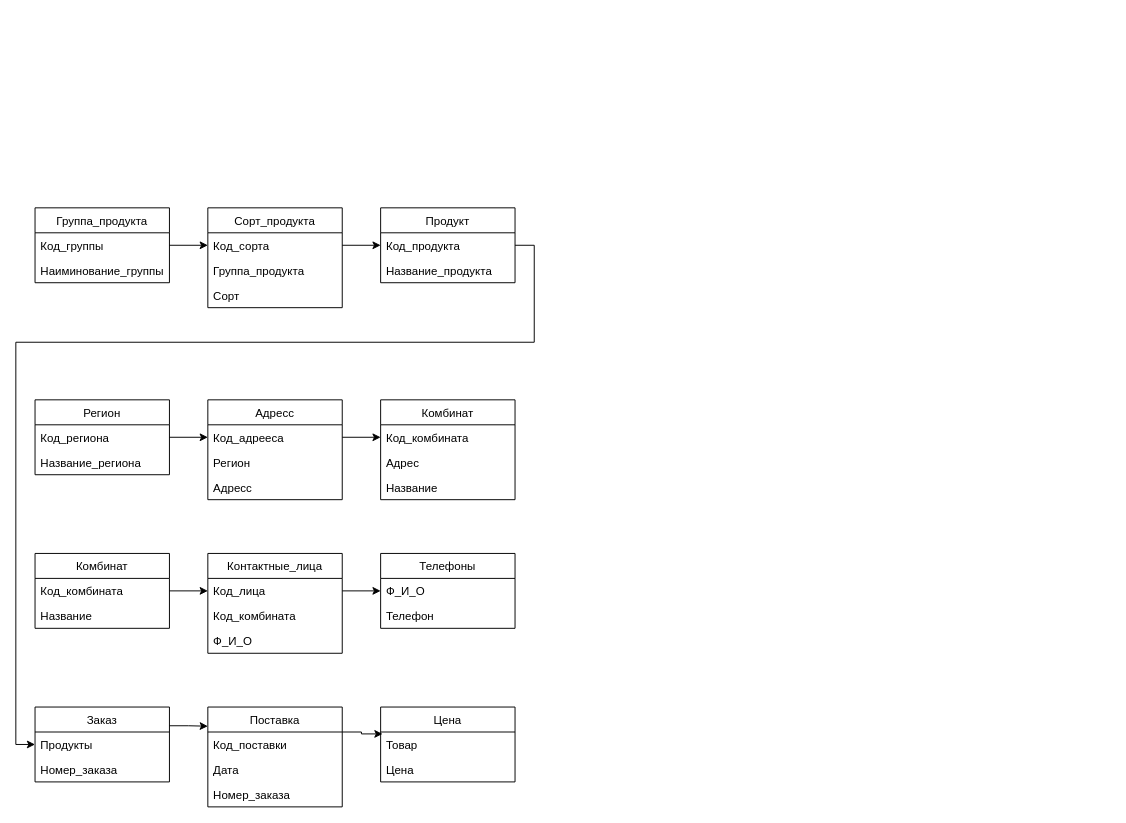
Above: Untitled Diagram.drawio in dariga5/Astanin.Teaching_Practice (draw.io), before the change. Source tidied: cells renumbered, new cells numbered last; positions are measured from the earlier drawing's top-left corner, leaving out a move shared by most shapes. Both pictures are drawn from the tidied source at 96%, with x=0, y=0 at pixel (15, 207).
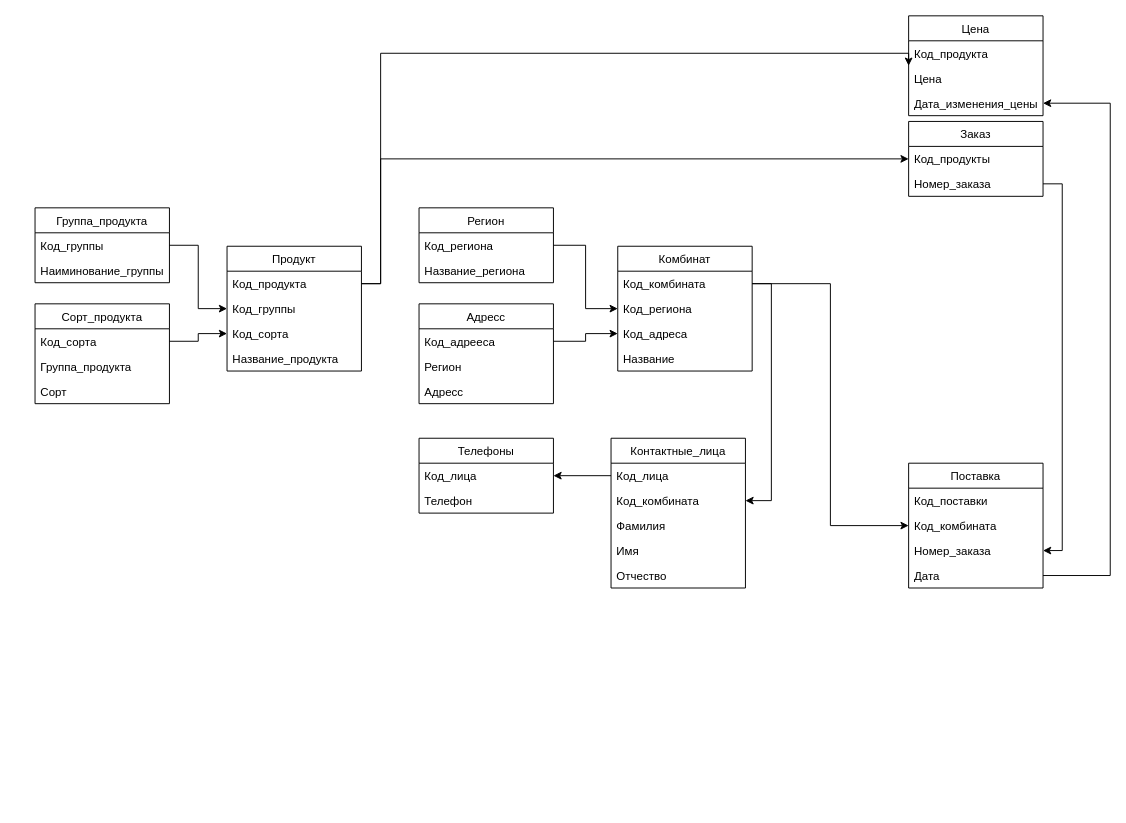
After the change.

The change refers to these unchanged cells:
```xml
<mxCell id="3" value="Код_группы" style="text;strokeColor=none;fillColor=none;align=left;verticalAlign=top;spacingLeft=4;spacingRight=4;overflow=hidden;points=[[0,0.5],[1,0.5]];portConstraint=eastwest;" parent="2" vertex="1">
  <mxGeometry y="26" width="140" height="26" as="geometry" />
</mxCell>
<mxCell id="6" value="Код_сорта" style="text;strokeColor=none;fillColor=none;align=left;verticalAlign=top;spacingLeft=4;spacingRight=4;overflow=hidden;points=[[0,0.5],[1,0.5]];portConstraint=eastwest;" parent="5" vertex="1">
  <mxGeometry y="26" width="140" height="26" as="geometry" />
</mxCell>
<mxCell id="10" value="Код_продукта" style="text;strokeColor=none;fillColor=none;align=left;verticalAlign=top;spacingLeft=4;spacingRight=4;overflow=hidden;points=[[0,0.5],[1,0.5]];portConstraint=eastwest;" parent="9" vertex="1">
  <mxGeometry y="26" width="140" height="26" as="geometry" />
</mxCell>
<mxCell id="13" value="Код_региона" style="text;strokeColor=none;fillColor=none;align=left;verticalAlign=top;spacingLeft=4;spacingRight=4;overflow=hidden;points=[[0,0.5],[1,0.5]];portConstraint=eastwest;" parent="12" vertex="1">
  <mxGeometry y="26" width="140" height="26" as="geometry" />
</mxCell>
<mxCell id="16" value="Код_адрееса" style="text;strokeColor=none;fillColor=none;align=left;verticalAlign=top;spacingLeft=4;spacingRight=4;overflow=hidden;points=[[0,0.5],[1,0.5]];portConstraint=eastwest;" parent="15" vertex="1">
  <mxGeometry y="26" width="140" height="26" as="geometry" />
</mxCell>
<mxCell id="20" value="Код_комбината" style="text;strokeColor=none;fillColor=none;align=left;verticalAlign=top;spacingLeft=4;spacingRight=4;overflow=hidden;points=[[0,0.5],[1,0.5]];portConstraint=eastwest;" parent="19" vertex="1">
  <mxGeometry y="26" width="140" height="26" as="geometry" />
</mxCell>
<mxCell id="27" value="Код_лица" style="text;strokeColor=none;fillColor=none;align=left;verticalAlign=top;spacingLeft=4;spacingRight=4;overflow=hidden;points=[[0,0.5],[1,0.5]];portConstraint=eastwest;" parent="26" vertex="1">
  <mxGeometry y="26" width="140" height="26" as="geometry" />
</mxCell>
<mxCell id="28" value="Код_комбината" style="text;strokeColor=none;fillColor=none;align=left;verticalAlign=top;spacingLeft=4;spacingRight=4;overflow=hidden;points=[[0,0.5],[1,0.5]];portConstraint=eastwest;" parent="26" vertex="1">
  <mxGeometry y="52" width="140" height="26" as="geometry" />
</mxCell>
<mxCell id="42" value="Номер_заказа" style="text;strokeColor=none;fillColor=none;align=left;verticalAlign=top;spacingLeft=4;spacingRight=4;overflow=hidden;points=[[0,0.5],[1,0.5]];portConstraint=eastwest;" parent="40" vertex="1">
  <mxGeometry y="52" width="140" height="26" as="geometry" />
</mxCell>
```

The edit, as a diff of the source:
```diff
@@
     <mxCell id="5" value="Сорт_продукта" style="swimlane;fontStyle=0;horizontal=1;startSize=26;fillColor=none;" parent="1" vertex="1">
-      <mxGeometry x="200" width="140" height="104" as="geometry" />
+      <mxGeometry x="20" y="100" width="140" height="104" as="geometry" />
     </mxCell>
@@
     <mxCell id="9" value="Продукт" style="swimlane;fontStyle=0;horizontal=1;startSize=26;fillColor=none;" parent="1" vertex="1">
-      <mxGeometry x="380" width="140" height="78" as="geometry" />
+      <mxGeometry x="220" y="40" width="140" height="130" as="geometry" />
     </mxCell>
@@
+    <mxCell id="52" value="Код_группы" style="text;strokeColor=none;fillColor=none;align=left;verticalAlign=top;spacingLeft=4;spacingRight=4;overflow=hidden;" parent="9" vertex="1">
+      <mxGeometry y="52" width="140" height="26" as="geometry" />
+    </mxCell>
+    <mxCell id="53" value="Код_сорта" style="text;strokeColor=none;fillColor=none;align=left;verticalAlign=top;spacingLeft=4;spacingRight=4;overflow=hidden;points=[[0,0.5],[1,0.5]];portConstraint=eastwest;" parent="9" vertex="1">
+      <mxGeometry y="78" width="140" height="26" as="geometry" />
+    </mxCell>
     <mxCell id="11" value="Название_продукта" style="text;strokeColor=none;fillColor=none;align=left;verticalAlign=top;spacingLeft=4;spacingRight=4;overflow=hidden;" parent="9" vertex="1">
-      <mxGeometry y="52" width="140" height="26" as="geometry" />
+      <mxGeometry y="104" width="140" height="26" as="geometry" />
     </mxCell>
     <mxCell id="12" value="Регион" style="swimlane;fontStyle=0;horizontal=1;startSize=26;fillColor=none;" parent="1" vertex="1">
-      <mxGeometry x="20" y="200" width="140" height="78" as="geometry" />
+      <mxGeometry x="420" width="140" height="78" as="geometry" />
     </mxCell>
@@
     <mxCell id="15" value="Адресс" style="swimlane;fontStyle=0;horizontal=1;startSize=26;fillColor=none;" parent="1" vertex="1">
-      <mxGeometry x="200" y="200" width="140" height="104" as="geometry" />
+      <mxGeometry x="420" y="100" width="140" height="104" as="geometry" />
     </mxCell>
@@
     <mxCell id="19" value="Комбинат" style="swimlane;fontStyle=0;horizontal=1;startSize=26;fillColor=none;" parent="1" vertex="1">
-      <mxGeometry x="380" y="200" width="140" height="104" as="geometry" />
+      <mxGeometry x="627" y="40" width="140" height="130" as="geometry" />
     </mxCell>
@@
-    <mxCell id="21" value="Адрес" style="text;strokeColor=none;fillColor=none;align=left;verticalAlign=top;spacingLeft=4;spacingRight=4;overflow=hidden;points=[[0,0.5],[1,0.5]];portConstraint=eastwest;" parent="19" vertex="1">
+    <mxCell id="21" value="Код_региона" style="text;strokeColor=none;fillColor=none;align=left;verticalAlign=top;spacingLeft=4;spacingRight=4;overflow=hidden;points=[[0,0.5],[1,0.5]];portConstraint=eastwest;" parent="19" vertex="1">
       <mxGeometry y="52" width="140" height="26" as="geometry" />
     </mxCell>
+    <mxCell id="54" value="Код_адреса" style="text;strokeColor=none;fillColor=none;align=left;verticalAlign=top;spacingLeft=4;spacingRight=4;overflow=hidden;points=[[0,0.5],[1,0.5]];portConstraint=eastwest;" parent="19" vertex="1">
+      <mxGeometry y="78" width="140" height="26" as="geometry" />
+    </mxCell>
     <mxCell id="22" value="Название" style="text;strokeColor=none;fillColor=none;align=left;verticalAlign=top;spacingLeft=4;spacingRight=4;overflow=hidden;" parent="19" vertex="1">
-      <mxGeometry y="78" width="140" height="26" as="geometry" />
+      <mxGeometry y="104" width="140" height="26" as="geometry" />
     </mxCell>
-    <mxCell id="23" value="Комбинат" style="swimlane;fontStyle=0;horizontal=1;startSize=26;fillColor=none;" parent="1" vertex="1">
-      <mxGeometry x="20" y="360" width="140" height="78" as="geometry" />
-    </mxCell>
-    <mxCell id="24" value="Код_комбината" style="text;strokeColor=none;fillColor=none;align=left;verticalAlign=top;spacingLeft=4;spacingRight=4;overflow=hidden;points=[[0,0.5],[1,0.5]];portConstraint=eastwest;" parent="23" vertex="1">
-      <mxGeometry y="26" width="140" height="26" as="geometry" />
-    </mxCell>
-    <mxCell id="25" value="Название" style="text;strokeColor=none;fillColor=none;align=left;verticalAlign=top;spacingLeft=4;spacingRight=4;overflow=hidden;" parent="23" vertex="1">
-      <mxGeometry y="52" width="140" height="26" as="geometry" />
-    </mxCell>
     <mxCell id="26" value="Контактные_лица" style="swimlane;fontStyle=0;horizontal=1;startSize=26;fillColor=none;" parent="1" vertex="1">
-      <mxGeometry x="200" y="360" width="140" height="104" as="geometry" />
+      <mxGeometry x="620" y="240" width="140" height="156" as="geometry" />
     </mxCell>
@@
-    <mxCell id="29" value="Ф_И_О" style="text;strokeColor=none;fillColor=none;align=left;verticalAlign=top;spacingLeft=4;spacingRight=4;overflow=hidden;" parent="26" vertex="1">
-      <mxGeometry y="78" width="140" height="26" as="geometry" />
-    </mxCell>
+    <mxCell id="55" value="Фамилия" style="text;strokeColor=none;fillColor=none;align=left;verticalAlign=top;spacingLeft=4;spacingRight=4;overflow=hidden;" parent="26" vertex="1">
+      <mxGeometry y="78" width="140" height="26" as="geometry" />
+    </mxCell>
+    <mxCell id="56" value="Имя" style="text;strokeColor=none;fillColor=none;align=left;verticalAlign=top;spacingLeft=4;spacingRight=4;overflow=hidden;" parent="26" vertex="1">
+      <mxGeometry y="104" width="140" height="26" as="geometry" />
+    </mxCell>
+    <mxCell id="57" value="Отчество" style="text;strokeColor=none;fillColor=none;align=left;verticalAlign=top;spacingLeft=4;spacingRight=4;overflow=hidden;" parent="26" vertex="1">
+      <mxGeometry y="130" width="140" height="26" as="geometry" />
+    </mxCell>
     <mxCell id="30" value="Телефоны" style="swimlane;fontStyle=0;horizontal=1;startSize=26;fillColor=none;" parent="1" vertex="1">
-      <mxGeometry x="380" y="360" width="140" height="78" as="geometry" />
+      <mxGeometry x="420" y="240" width="140" height="78" as="geometry" />
     </mxCell>
-    <mxCell id="31" value="Ф_И_О" style="text;strokeColor=none;fillColor=none;align=left;verticalAlign=top;spacingLeft=4;spacingRight=4;overflow=hidden;points=[[0,0.5],[1,0.5]];portConstraint=eastwest;" parent="30" vertex="1">
+    <mxCell id="31" value="Код_лица" style="text;strokeColor=none;fillColor=none;align=left;verticalAlign=top;spacingLeft=4;spacingRight=4;overflow=hidden;points=[[0,0.5],[1,0.5]];portConstraint=eastwest;" parent="30" vertex="1">
       <mxGeometry y="26" width="140" height="26" as="geometry" />
     </mxCell>
@@
-    <mxCell id="33" style="edgeStyle=orthogonalEdgeStyle;rounded=0;jettySize=auto;html=1;exitX=1;exitY=0.5;exitDx=0;exitDy=0;entryX=0;entryY=0.5;entryDx=0;entryDy=0;" parent="1" edge="1" source="3" target="6">
-      <mxGeometry relative="1" as="geometry" />
-    </mxCell>
-    <mxCell id="34" style="edgeStyle=orthogonalEdgeStyle;rounded=0;jettySize=auto;html=1;exitX=1;exitY=0.5;exitDx=0;exitDy=0;entryX=0;entryY=0.5;entryDx=0;entryDy=0;" parent="1" edge="1" source="6" target="10">
-      <mxGeometry relative="1" as="geometry" />
-    </mxCell>
-    <mxCell id="35" style="edgeStyle=orthogonalEdgeStyle;rounded=0;jettySize=auto;html=1;exitX=1;exitY=0.5;exitDx=0;exitDy=0;entryX=0;entryY=0.5;entryDx=0;entryDy=0;" parent="1" edge="1" source="13" target="16">
-      <mxGeometry relative="1" as="geometry" />
-    </mxCell>
-    <mxCell id="36" style="edgeStyle=orthogonalEdgeStyle;rounded=0;jettySize=auto;html=1;exitX=1;exitY=0.5;exitDx=0;exitDy=0;entryX=0;entryY=0.5;entryDx=0;entryDy=0;" parent="1" edge="1" source="16" target="20">
-      <mxGeometry relative="1" as="geometry" />
-    </mxCell>
-    <mxCell id="37" style="edgeStyle=orthogonalEdgeStyle;rounded=0;jettySize=auto;html=1;exitX=1;exitY=0.5;exitDx=0;exitDy=0;entryX=0;entryY=0.5;entryDx=0;entryDy=0;" parent="1" edge="1" source="24" target="27">
-      <mxGeometry relative="1" as="geometry" />
-    </mxCell>
-    <mxCell id="38" style="edgeStyle=orthogonalEdgeStyle;rounded=0;jettySize=auto;html=1;exitX=1;exitY=0.5;exitDx=0;exitDy=0;entryX=0;entryY=0.5;entryDx=0;entryDy=0;" parent="1" edge="1" source="27" target="31">
-      <mxGeometry relative="1" as="geometry" />
-    </mxCell>
-    <mxCell id="39" style="edgeStyle=orthogonalEdgeStyle;rounded=0;jettySize=auto;html=1;exitX=1;exitY=0.25;exitDx=0;exitDy=0;entryX=0;entryY=0.192;entryDx=0;entryDy=0;entryPerimeter=0;" parent="1" edge="1" source="40" target="44">
-      <mxGeometry relative="1" as="geometry" />
-    </mxCell>
     <mxCell id="40" value="Заказ" style="swimlane;fontStyle=0;horizontal=1;startSize=26;fillColor=none;" parent="1" vertex="1">
-      <mxGeometry x="20" y="520" width="140" height="78" as="geometry" />
+      <mxGeometry x="930" y="-90" width="140" height="78" as="geometry" />
     </mxCell>
-    <mxCell id="41" value="Продукты" style="text;strokeColor=none;fillColor=none;align=left;verticalAlign=top;spacingLeft=4;spacingRight=4;overflow=hidden;points=[[0,0.5],[1,0.5]];portConstraint=eastwest;" parent="40" vertex="1">
+    <mxCell id="41" value="Код_продукты" style="text;strokeColor=none;fillColor=none;align=left;verticalAlign=top;spacingLeft=4;spacingRight=4;overflow=hidden;points=[[0,0.5],[1,0.5]];portConstraint=eastwest;" parent="40" vertex="1">
       <mxGeometry y="26" width="140" height="26" as="geometry" />
     </mxCell>
@@
-    <mxCell id="43" style="edgeStyle=orthogonalEdgeStyle;rounded=0;jettySize=auto;html=1;exitX=1;exitY=0.25;exitDx=0;exitDy=0;entryX=0.014;entryY=0.077;entryDx=0;entryDy=0;entryPerimeter=0;" parent="1" edge="1" source="44" target="49">
-      <mxGeometry relative="1" as="geometry">
-        <Array as="points">
-          <mxPoint x="360" y="546" />
-          <mxPoint x="360" y="548" />
-        </Array>
-      </mxGeometry>
-    </mxCell>
     <mxCell id="44" value="Поставка" style="swimlane;fontStyle=0;horizontal=1;startSize=26;fillColor=none;" parent="1" vertex="1">
-      <mxGeometry x="200" y="520" width="140" height="104" as="geometry" />
+      <mxGeometry x="930" y="266" width="140" height="130" as="geometry" />
     </mxCell>
+    <mxCell id="58" value="Код_поставки" style="text;strokeColor=none;fillColor=none;align=left;verticalAlign=top;spacingLeft=4;spacingRight=4;overflow=hidden;" parent="44" vertex="1">
+      <mxGeometry y="26" width="140" height="26" as="geometry" />
+    </mxCell>
-    <mxCell id="45" value="Код_поставки" style="text;strokeColor=none;fillColor=none;align=left;verticalAlign=top;spacingLeft=4;spacingRight=4;overflow=hidden;points=[[0,0.5],[1,0.5]];portConstraint=eastwest;" parent="44" vertex="1">
-      <mxGeometry y="26" width="140" height="26" as="geometry" />
+    <mxCell id="45" value="Код_комбината" style="text;strokeColor=none;fillColor=none;align=left;verticalAlign=top;spacingLeft=4;spacingRight=4;overflow=hidden;points=[[0,0.5],[1,0.5]];portConstraint=eastwest;" parent="44" vertex="1">
+      <mxGeometry y="52" width="140" height="26" as="geometry" />
     </mxCell>
+    <mxCell id="47" value="Номер_заказа" style="text;strokeColor=none;fillColor=none;align=left;verticalAlign=top;spacingLeft=4;spacingRight=4;overflow=hidden;points=[[0,0.5],[1,0.5]];portConstraint=eastwest;" parent="44" vertex="1">
+      <mxGeometry y="78" width="140" height="26" as="geometry" />
+    </mxCell>
     <mxCell id="46" value="Дата" style="text;strokeColor=none;fillColor=none;align=left;verticalAlign=top;spacingLeft=4;spacingRight=4;overflow=hidden;points=[[0,0.5],[1,0.5]];portConstraint=eastwest;" parent="44" vertex="1">
-      <mxGeometry y="52" width="140" height="26" as="geometry" />
+      <mxGeometry y="104" width="140" height="26" as="geometry" />
     </mxCell>
-    <mxCell id="47" value="Номер_заказа" style="text;strokeColor=none;fillColor=none;align=left;verticalAlign=top;spacingLeft=4;spacingRight=4;overflow=hidden;points=[[0,0.5],[1,0.5]];portConstraint=eastwest;" parent="44" vertex="1">
-      <mxGeometry y="78" width="140" height="26" as="geometry" />
-    </mxCell>
     <mxCell id="48" value="Цена" style="swimlane;fontStyle=0;horizontal=1;startSize=26;fillColor=none;" parent="1" vertex="1">
-      <mxGeometry x="380" y="520" width="140" height="78" as="geometry" />
+      <mxGeometry x="930" y="-200" width="140" height="104" as="geometry" />
     </mxCell>
-    <mxCell id="49" value="Товар" style="text;strokeColor=none;fillColor=none;align=left;verticalAlign=top;spacingLeft=4;spacingRight=4;overflow=hidden;points=[[0,0.5],[1,0.5]];portConstraint=eastwest;" parent="48" vertex="1">
+    <mxCell id="49" value="Код_продукта" style="text;strokeColor=none;fillColor=none;align=left;verticalAlign=top;spacingLeft=4;spacingRight=4;overflow=hidden;points=[[0,0.5],[1,0.5]];portConstraint=eastwest;" parent="48" vertex="1">
       <mxGeometry y="26" width="140" height="26" as="geometry" />
     </mxCell>
@@
+    <mxCell id="59" value="Дата_изменения_цены" style="text;strokeColor=none;fillColor=none;align=left;verticalAlign=top;spacingLeft=4;spacingRight=4;overflow=hidden;points=[[0,0.5],[1,0.5]];portConstraint=eastwest;" parent="48" vertex="1">
+      <mxGeometry y="78" width="140" height="26" as="geometry" />
+    </mxCell>
+    <mxCell id="60" style="edgeStyle=orthogonalEdgeStyle;rounded=0;jettySize=auto;html=1;exitX=1;exitY=0.5;exitDx=0;exitDy=0;entryX=0;entryY=0.5;entryDx=0;entryDy=0;" parent="1" edge="1" source="3" target="9">
+      <mxGeometry relative="1" as="geometry" />
+    </mxCell>
+    <mxCell id="61" style="edgeStyle=orthogonalEdgeStyle;rounded=0;jettySize=auto;html=1;exitX=1;exitY=0.5;exitDx=0;exitDy=0;entryX=0;entryY=0.5;entryDx=0;entryDy=0;" parent="1" edge="1" source="6" target="53">
+      <mxGeometry relative="1" as="geometry" />
+    </mxCell>
+    <mxCell id="62" style="edgeStyle=orthogonalEdgeStyle;rounded=0;jettySize=auto;html=1;entryX=0;entryY=0.5;entryDx=0;entryDy=0;" parent="1" edge="1" source="13" target="21">
+      <mxGeometry relative="1" as="geometry" />
+    </mxCell>
+    <mxCell id="63" style="edgeStyle=orthogonalEdgeStyle;rounded=0;jettySize=auto;html=1;entryX=0;entryY=0.5;entryDx=0;entryDy=0;" parent="1" edge="1" source="16" target="54">
+      <mxGeometry relative="1" as="geometry" />
+    </mxCell>
+    <mxCell id="64" style="edgeStyle=orthogonalEdgeStyle;rounded=0;jettySize=auto;html=1;exitX=1;exitY=0.5;exitDx=0;exitDy=0;entryX=1;entryY=0.5;entryDx=0;entryDy=0;" parent="1" edge="1" source="20" target="28">
+      <mxGeometry relative="1" as="geometry" />
+    </mxCell>
+    <mxCell id="38" style="edgeStyle=orthogonalEdgeStyle;rounded=0;jettySize=auto;html=1;exitX=0;exitY=0.5;exitDx=0;exitDy=0;" parent="1" edge="1" source="27" target="31">
+      <mxGeometry relative="1" as="geometry" />
+    </mxCell>
+    <mxCell id="65" style="edgeStyle=orthogonalEdgeStyle;rounded=0;jettySize=auto;html=1;exitX=1;exitY=0.5;exitDx=0;exitDy=0;entryX=0;entryY=0.5;entryDx=0;entryDy=0;" parent="1" edge="1" source="20" target="45">
+      <mxGeometry relative="1" as="geometry" />
+    </mxCell>
+    <mxCell id="66" style="edgeStyle=orthogonalEdgeStyle;rounded=0;jettySize=auto;html=1;exitX=1;exitY=0.5;exitDx=0;exitDy=0;entryX=1;entryY=0.5;entryDx=0;entryDy=0;" parent="1" edge="1" source="42" target="47">
+      <mxGeometry relative="1" as="geometry" />
+    </mxCell>
+    <mxCell id="67" style="edgeStyle=orthogonalEdgeStyle;rounded=0;jettySize=auto;html=1;exitX=1;exitY=0.5;exitDx=0;exitDy=0;entryX=0;entryY=0.5;entryDx=0;entryDy=0;" parent="1" edge="1" source="10" target="48">
+      <mxGeometry relative="1" as="geometry">
+        <Array as="points">
+          <mxPoint x="380" y="79" />
+          <mxPoint x="380" y="-161" />
+        </Array>
+      </mxGeometry>
+    </mxCell>
     <mxCell id="51" style="edgeStyle=orthogonalEdgeStyle;rounded=0;jettySize=auto;html=1;exitX=1;exitY=0.5;exitDx=0;exitDy=0;entryX=0;entryY=0.5;entryDx=0;entryDy=0;" parent="1" edge="1" source="10" target="41">
       <mxGeometry relative="1" as="geometry">
         <Array as="points">
-          <mxPoint x="540" y="39" />
-          <mxPoint x="540" y="140" />
-          <mxPoint y="140" />
-          <mxPoint y="559" />
+          <mxPoint x="380" y="79" />
+          <mxPoint x="380" y="-51" />
         </Array>
       </mxGeometry>
     </mxCell>
+    <mxCell id="68" style="edgeStyle=orthogonalEdgeStyle;rounded=0;jettySize=auto;html=1;exitX=1;exitY=0.5;exitDx=0;exitDy=0;entryX=1;entryY=0.5;entryDx=0;entryDy=0;" parent="1" edge="1" source="46" target="59">
+      <mxGeometry relative="1" as="geometry">
+        <Array as="points">
+          <mxPoint x="1140" y="383" />
+          <mxPoint x="1140" y="-109" />
+        </Array>
+      </mxGeometry>
+    </mxCell>
```
